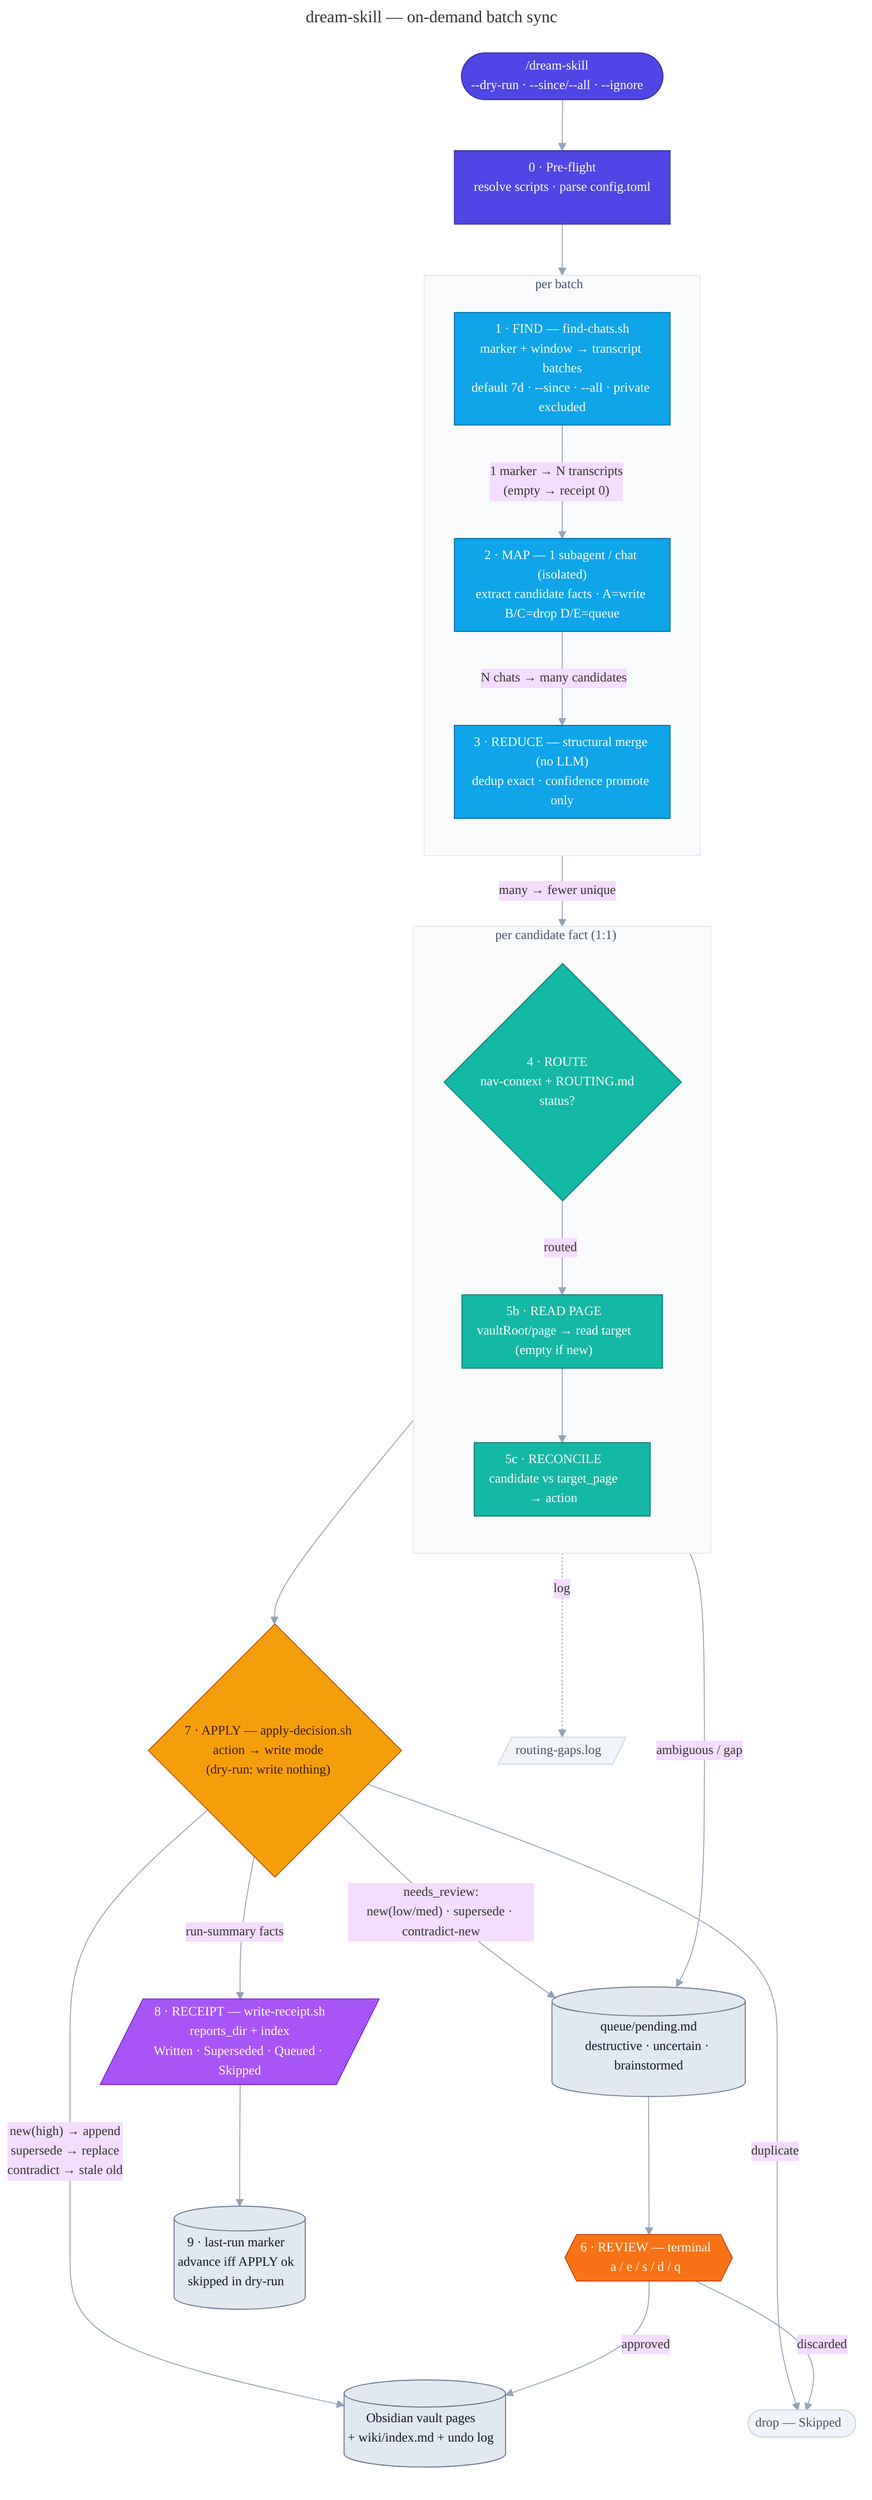
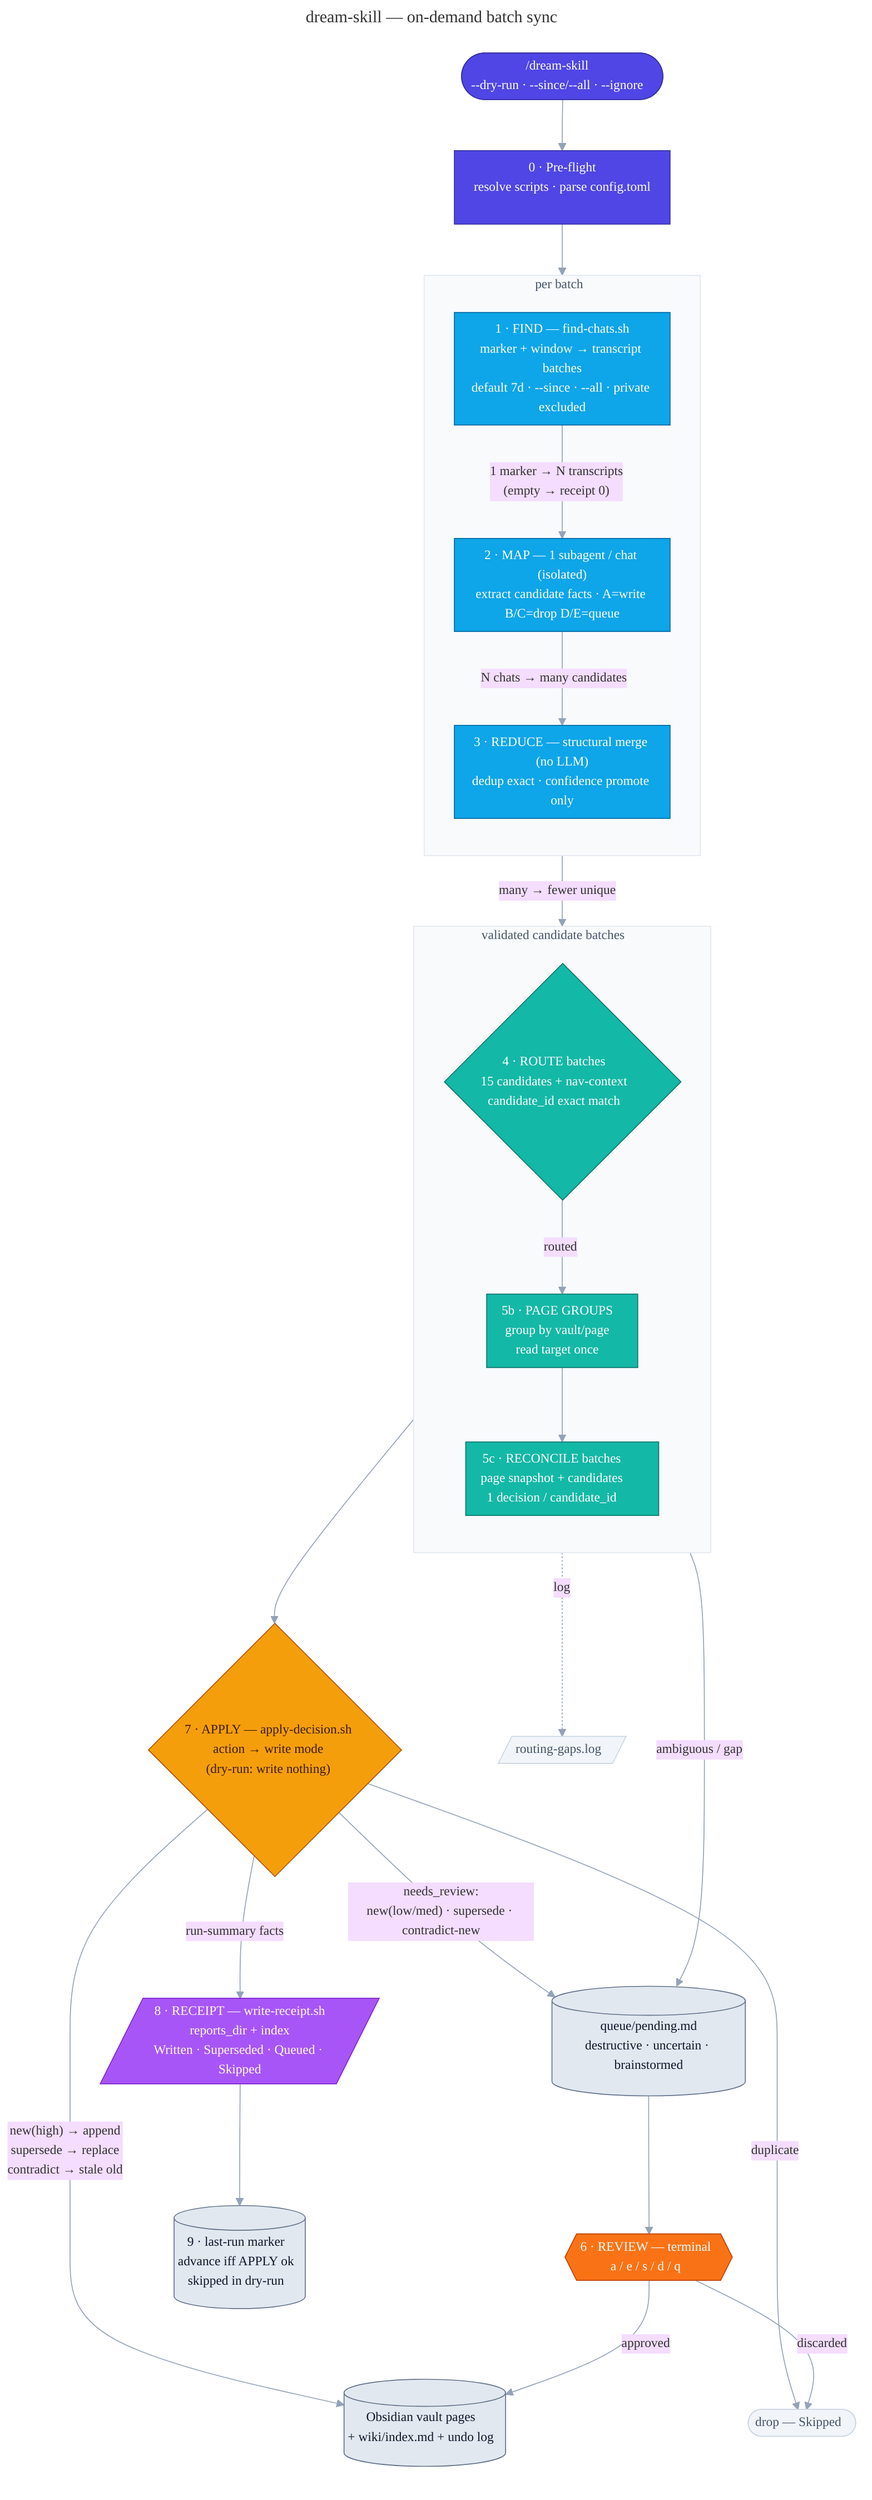
---
title: "dream-skill — on-demand batch sync"
config:
  theme: base
  themeVariables:
    fontFamily: 'Inter, -apple-system, Segoe UI, Helvetica, sans-serif'
    fontSize: 14px
    lineColor: '#94a3b8'
  flowchart:
    curve: basis
    nodeSpacing: 45
    rankSpacing: 55
    padding: 8
---
flowchart TB

  T(["/dream-skill<br/>--dry-run · --since/--all · --ignore"]):::trig
  PRE["0 · Pre-flight<br/>resolve scripts · parse config.toml"]:::trig

  subgraph BATCH["per batch"]
    direction TB
    FIND["1 · FIND — find-chats.sh<br/>marker + window → transcript batches<br/>default 7d · --since · --all · private excluded"]:::batch
    MAP["2 · MAP — 1 subagent / chat (isolated)<br/>extract candidate facts · A=write B/C=drop D/E=queue"]:::batch
    REDUCE["3 · REDUCE — structural merge (no LLM)<br/>dedup exact · confidence promote only"]:::batch
  end

-   subgraph CAND["per candidate fact (1:1)"]
+   subgraph CAND["validated candidate batches"]
    direction TB
-     ROUTE{"4 · ROUTE<br/>nav-context + ROUTING.md<br/>status?"}:::route
-     READ["5b · READ PAGE<br/>vaultRoot/page → read target<br/>(empty if new)"]:::route
-     RECON["5c · RECONCILE<br/>candidate vs target_page<br/>→ action"]:::route
+     ROUTE{"4 · ROUTE batches<br/>15 candidates + nav-context<br/>candidate_id exact match"}:::route
+     READ["5b · PAGE GROUPS<br/>group by vault/page<br/>read target once"]:::route
+     RECON["5c · RECONCILE batches<br/>page snapshot + candidates<br/>1 decision / candidate_id"]:::route
  end

  APPLY{"7 · APPLY — apply-decision.sh<br/>action → write mode<br/>(dry-run: write nothing)"}:::apply

  VAULT[("Obsidian vault pages<br/>+ wiki/index.md + undo log")]:::store
  QUEUE[("queue/pending.md<br/>destructive · uncertain · brainstormed")]:::store
  REVIEW{{"6 · REVIEW — terminal<br/>a / e / s / d / q"}}:::review
  GAPS[/"routing-gaps.log"/]:::muted
  SKIP(["drop — Skipped"]):::muted
  RECEIPT[/"8 · RECEIPT — write-receipt.sh<br/>reports_dir + index<br/>Written · Superseded · Queued · Skipped"/]:::receipt
  MARKER[("9 · last-run marker<br/>advance iff APPLY ok<br/>skipped in dry-run")]:::store

  %% spine
  T --> PRE --> FIND
  FIND -->|"1 marker → N transcripts<br/>(empty → receipt 0)"| MAP
  MAP -->|"N chats → many candidates"| REDUCE
  REDUCE -->|"many → fewer unique"| ROUTE

  %% route branch
  ROUTE -->|routed| READ
  ROUTE -->|"ambiguous / gap"| QUEUE
  ROUTE -.->|log| GAPS
  READ --> RECON --> APPLY

  %% reconcile action fan-out
  APPLY -->|"new(high) → append<br/>supersede → replace<br/>contradict → stale old"| VAULT
  APPLY -->|"duplicate"| SKIP
  APPLY -->|"needs_review:<br/>new(low/med) · supersede · contradict-new"| QUEUE

  %% review loop
  QUEUE --> REVIEW
  REVIEW -->|approved| VAULT
  REVIEW -->|discarded| SKIP

  %% observability tail
  APPLY -->|"run-summary facts"| RECEIPT
  RECEIPT --> MARKER

  classDef trig fill:#4f46e5,stroke:#3730a3,color:#ffffff;
  classDef batch fill:#0ea5e9,stroke:#0369a1,color:#ffffff;
  classDef route fill:#14b8a6,stroke:#0f766e,color:#ffffff;
  classDef apply fill:#f59e0b,stroke:#b45309,color:#3b1d00;
  classDef store fill:#e2e8f0,stroke:#64748b,color:#0f172a;
  classDef review fill:#f97316,stroke:#c2410c,color:#ffffff;
  classDef receipt fill:#a855f7,stroke:#7e22ce,color:#ffffff;
  classDef muted fill:#f1f5f9,stroke:#cbd5e1,color:#475569;

  style BATCH fill:#f8fafc,stroke:#e2e8f0,color:#475569
  style CAND fill:#f8fafc,stroke:#e2e8f0,color:#475569
